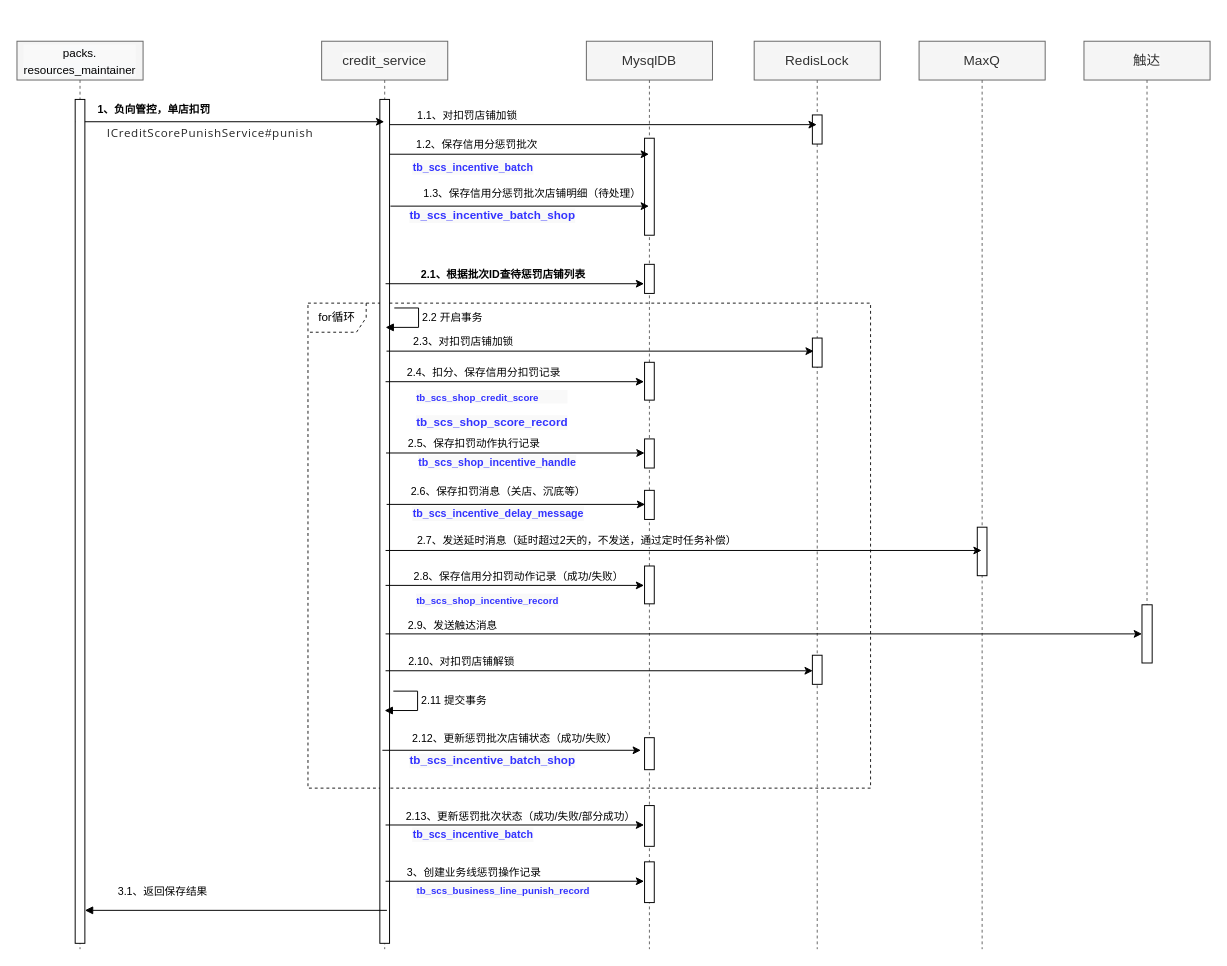
The draw.io diagram page "单个扣罚（SOA）流程" (5 of 7) of 信用分架构.drawio in jon-kong/draw.io, before the edit. Source tidied: cells renumbered, new cells numbered last; positions are measured from the earlier drawing's top-left corner, leaving out a move shared by most shapes. Both pictures are drawn from the tidied source at 97%, with x=0, y=0 at pixel (16, 41).
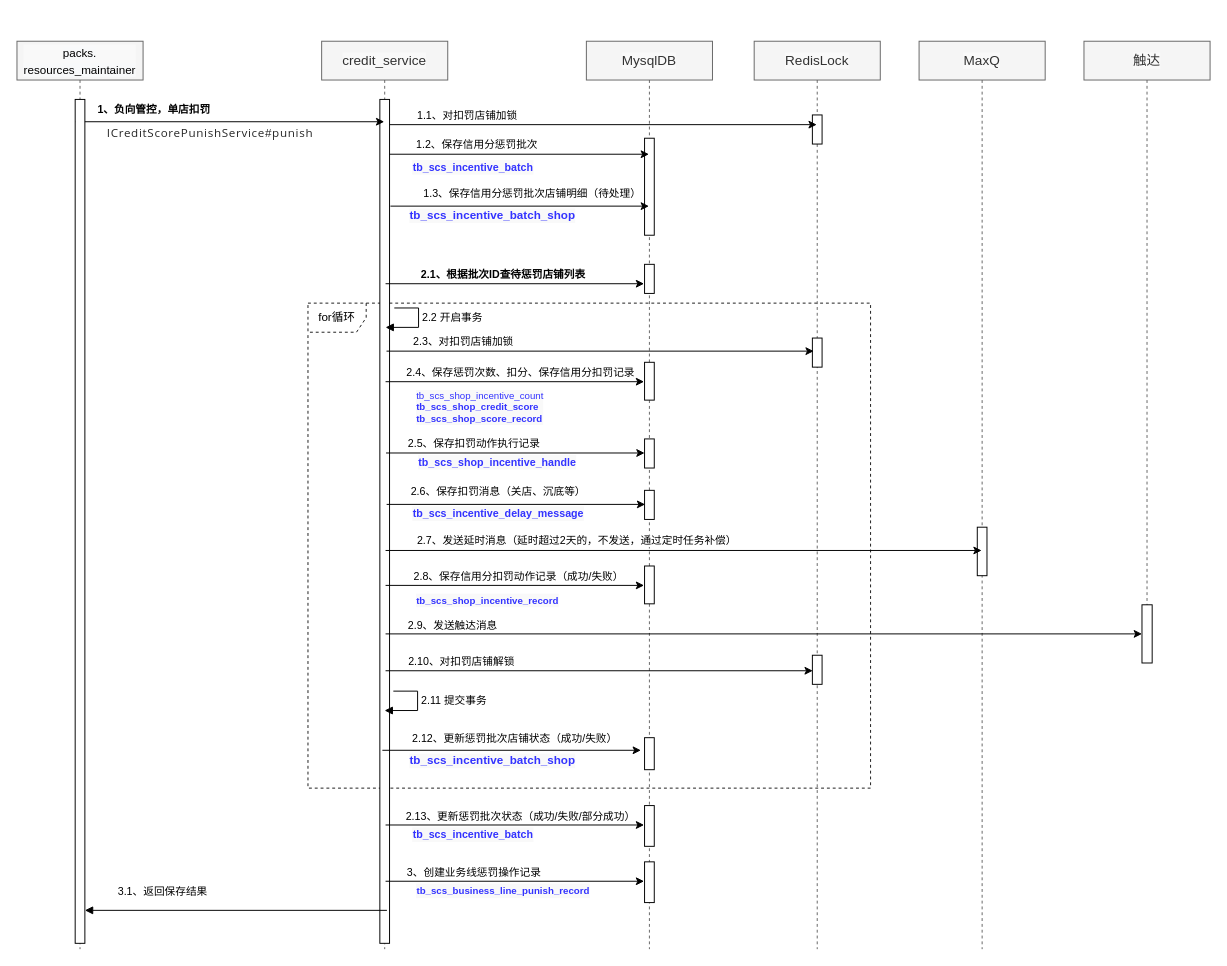
The same page after the edit.

The change refers to these unchanged cells:
```xml
<mxCell id="35" style="rounded=0;orthogonalLoop=1;jettySize=auto;html=1;exitX=0.59;exitY=0.25;exitDx=0;exitDy=0;exitPerimeter=0;" parent="1" edge="1">
  <mxGeometry relative="1" as="geometry">
    <mxPoint x="380" y="351" as="sourcePoint" />
    <mxPoint x="646.5" y="351" as="targetPoint" />
  </mxGeometry>
</mxCell>
```

The edit, as a diff of the source:
```diff
@@
-    <mxCell id="34" value="&lt;pre style=&quot;background-color: rgb(249 , 249 , 249) ; font-family: &amp;#34;fira code retina&amp;#34;&quot;&gt;&lt;span style=&quot;line-height: 100%&quot;&gt;&lt;font style=&quot;line-height: 100% ; font-size: 10px&quot; color=&quot;#3333ff&quot;&gt;&lt;b&gt;tb_scs_shop_credit_score&lt;/b&gt;&lt;/font&gt;&lt;/span&gt;&lt;/pre&gt;&lt;pre style=&quot;background-color: rgb(249 , 249 , 249) ; font-family: &amp;#34;fira code retina&amp;#34;&quot;&gt;&lt;font color=&quot;#3333ff&quot;&gt;&lt;b&gt;tb_scs_shop_score_record&lt;/b&gt;&lt;/font&gt;&lt;/pre&gt;" style="text;whiteSpace=wrap;html=1;opacity=90;" parent="1" vertex="1">
+    <mxCell id="34" value="&lt;pre style=&quot;background-color: rgb(249 , 249 , 249) ; font-family: &amp;#34;fira code retina&amp;#34;&quot;&gt;&lt;pre style=&quot;font-family: &amp;#34;fira code retina&amp;#34; ; font-size: 10px&quot;&gt;&lt;span style=&quot;line-height: 10.9091px&quot;&gt;&lt;font color=&quot;#3333ff&quot; style=&quot;line-height: 10.9091px&quot;&gt;tb_scs_shop_incentive_count&lt;br&gt;&lt;/font&gt;&lt;/span&gt;&lt;b style=&quot;color: rgb(51 , 51 , 255)&quot;&gt;tb_scs_shop_credit_score&lt;br&gt;&lt;/b&gt;&lt;b style=&quot;color: rgb(51 , 51 , 255)&quot;&gt;tb_scs_shop_score_record&lt;/b&gt;&lt;/pre&gt;&lt;/pre&gt;" style="text;whiteSpace=wrap;html=1;opacity=90;" parent="1" vertex="1">
       <mxGeometry x="410" y="341" width="200" height="39" as="geometry" />
     </mxCell>
@@
-    <mxCell id="36" value="2.4、扣分、保存信用分扣罚记录" style="edgeLabel;html=1;align=center;verticalAlign=middle;" parent="35" vertex="1">
+    <mxCell id="36" value="2.4、保存惩罚次数、扣分、保存信用分扣罚记录" style="edgeLabel;html=1;align=center;verticalAlign=middle;" parent="35" vertex="1">
       <mxGeometry x="-0.01" y="-14" relative="1" as="geometry">
-        <mxPoint x="-32" y="-24" as="offset" />
+        <mxPoint x="6" y="-24" as="offset" />
       </mxGeometry>
     </mxCell>
```
